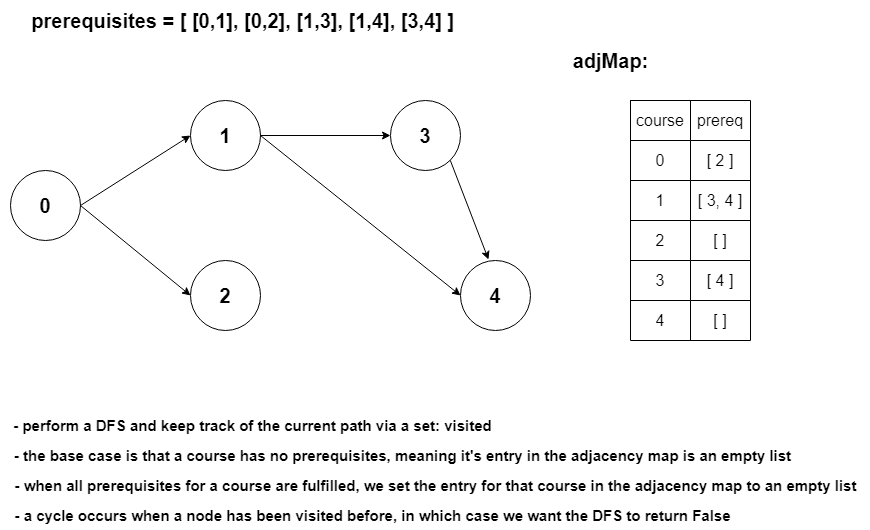
Above: Python3/img/CourseSchedule.png in ashiven/leetcode-solutions (draw.io), before the change. Source tidied: cells renumbered, new cells last; positions are measured from the earlier drawing's top-left corner, leaving out a move shared by most shapes. The source it was exported from:
```xml
<mxGraphModel>
  <root>
    <mxCell id="0" />
    <mxCell id="1" parent="0" />
    <mxCell id="2" value="prerequisites = [ [0,1], [0,2], [1,3], [1,4], [3,4] ]&amp;nbsp;" style="text;html=1;align=center;verticalAlign=middle;strokeColor=none;fillColor=none;fontSize=20;fontStyle=1;" parent="1" vertex="1">
      <mxGeometry x="20" width="450" height="40" as="geometry" />
    </mxCell>
    <mxCell id="3" value="0" style="ellipse;whiteSpace=wrap;html=1;fillColor=none;fontSize=20;fontStyle=1;" parent="1" vertex="1">
      <mxGeometry x="10" y="170" width="70" height="70" as="geometry" />
    </mxCell>
    <mxCell id="4" value="1" style="ellipse;whiteSpace=wrap;html=1;fillColor=none;fontSize=20;fontStyle=1;" parent="1" vertex="1">
      <mxGeometry x="190" y="100" width="70" height="70" as="geometry" />
    </mxCell>
    <mxCell id="5" value="2" style="ellipse;whiteSpace=wrap;html=1;fillColor=none;fontSize=20;fontStyle=1;" parent="1" vertex="1">
      <mxGeometry x="190" y="260" width="70" height="70" as="geometry" />
    </mxCell>
    <mxCell id="6" value="3" style="ellipse;whiteSpace=wrap;html=1;fillColor=none;fontSize=20;fontStyle=1;" parent="1" vertex="1">
      <mxGeometry x="390" y="100" width="70" height="70" as="geometry" />
    </mxCell>
    <mxCell id="7" value="4" style="ellipse;whiteSpace=wrap;html=1;fillColor=none;fontSize=20;fontStyle=1;" parent="1" vertex="1">
      <mxGeometry x="460" y="260" width="70" height="70" as="geometry" />
    </mxCell>
    <mxCell id="8" style="endArrow=classic;html=1;rounded=0;exitX=1;exitY=0.5;exitDx=0;exitDy=0;entryX=0;entryY=0.5;entryDx=0;entryDy=0;" parent="1" edge="1" source="3" target="4">
      <mxGeometry relative="1" as="geometry" />
    </mxCell>
    <mxCell id="9" style="endArrow=classic;html=1;rounded=0;exitX=1;exitY=0.5;exitDx=0;exitDy=0;entryX=0;entryY=0.5;entryDx=0;entryDy=0;" parent="1" edge="1" source="3" target="5">
      <mxGeometry relative="1" as="geometry" />
    </mxCell>
    <mxCell id="10" style="endArrow=classic;html=1;rounded=0;exitX=1;exitY=0.5;exitDx=0;exitDy=0;entryX=0;entryY=0.5;entryDx=0;entryDy=0;" parent="1" edge="1" source="4" target="6">
      <mxGeometry relative="1" as="geometry" />
    </mxCell>
    <mxCell id="11" style="endArrow=classic;html=1;rounded=0;exitX=1;exitY=0.5;exitDx=0;exitDy=0;entryX=0;entryY=0.5;entryDx=0;entryDy=0;" parent="1" edge="1" source="4" target="7">
      <mxGeometry relative="1" as="geometry" />
    </mxCell>
    <mxCell id="12" style="endArrow=classic;html=1;rounded=0;exitX=1;exitY=1;exitDx=0;exitDy=0;entryX=0.4;entryY=-0.014;entryDx=0;entryDy=0;entryPerimeter=0;" parent="1" edge="1" source="6" target="7">
      <mxGeometry relative="1" as="geometry" />
    </mxCell>
    <mxCell id="13" style="shape=table;startSize=0;fontSize=16;fillColor=none;" parent="1" vertex="1">
      <mxGeometry x="630" y="100" width="120" height="240" as="geometry" />
    </mxCell>
    <mxCell id="14" style="shape=tableRow;horizontal=0;startSize=0;swimlaneHead=0;swimlaneBody=0;strokeColor=inherit;top=0;left=0;bottom=0;right=0;fillColor=none;fontSize=16;" parent="13" vertex="1">
      <mxGeometry width="120" height="40" as="geometry" />
    </mxCell>
    <mxCell id="15" value="course" style="shape=partialRectangle;html=1;whiteSpace=wrap;strokeColor=inherit;overflow=hidden;fillColor=none;top=0;left=0;bottom=0;right=0;fontSize=16;" parent="14" vertex="1">
      <mxGeometry width="60" height="40" as="geometry" />
    </mxCell>
    <mxCell id="16" value="prereq" style="shape=partialRectangle;html=1;whiteSpace=wrap;strokeColor=inherit;overflow=hidden;fillColor=none;top=0;left=0;bottom=0;right=0;fontSize=16;" parent="14" vertex="1">
      <mxGeometry x="60" width="60" height="40" as="geometry" />
    </mxCell>
    <mxCell id="17" style="shape=tableRow;horizontal=0;startSize=0;swimlaneHead=0;swimlaneBody=0;strokeColor=inherit;top=0;left=0;bottom=0;right=0;fillColor=none;fontSize=16;" parent="13" vertex="1">
      <mxGeometry y="40" width="120" height="40" as="geometry" />
    </mxCell>
    <mxCell id="18" value="0" style="shape=partialRectangle;html=1;whiteSpace=wrap;strokeColor=inherit;overflow=hidden;fillColor=none;top=0;left=0;bottom=0;right=0;fontSize=16;" parent="17" vertex="1">
      <mxGeometry width="60" height="40" as="geometry" />
    </mxCell>
    <mxCell id="19" value="[ 2 ]" style="shape=partialRectangle;html=1;whiteSpace=wrap;strokeColor=inherit;overflow=hidden;fillColor=none;top=0;left=0;bottom=0;right=0;fontSize=16;" parent="17" vertex="1">
      <mxGeometry x="60" width="60" height="40" as="geometry" />
    </mxCell>
    <mxCell id="20" style="shape=tableRow;horizontal=0;startSize=0;swimlaneHead=0;swimlaneBody=0;strokeColor=inherit;top=0;left=0;bottom=0;right=0;fillColor=none;fontSize=16;" parent="13" vertex="1">
      <mxGeometry y="80" width="120" height="40" as="geometry" />
    </mxCell>
    <mxCell id="21" value="1" style="shape=partialRectangle;html=1;whiteSpace=wrap;strokeColor=inherit;overflow=hidden;fillColor=none;top=0;left=0;bottom=0;right=0;fontSize=16;" parent="20" vertex="1">
      <mxGeometry width="60" height="40" as="geometry" />
    </mxCell>
    <mxCell id="22" value="[ 3, 4 ]" style="shape=partialRectangle;html=1;whiteSpace=wrap;strokeColor=inherit;overflow=hidden;fillColor=none;top=0;left=0;bottom=0;right=0;fontSize=16;" parent="20" vertex="1">
      <mxGeometry x="60" width="60" height="40" as="geometry" />
    </mxCell>
    <mxCell id="23" style="shape=tableRow;horizontal=0;startSize=0;swimlaneHead=0;swimlaneBody=0;strokeColor=inherit;top=0;left=0;bottom=0;right=0;fillColor=none;fontSize=16;" parent="13" vertex="1">
      <mxGeometry y="120" width="120" height="40" as="geometry" />
    </mxCell>
    <mxCell id="24" value="2" style="shape=partialRectangle;html=1;whiteSpace=wrap;strokeColor=inherit;overflow=hidden;fillColor=none;top=0;left=0;bottom=0;right=0;fontSize=16;" parent="23" vertex="1">
      <mxGeometry width="60" height="40" as="geometry" />
    </mxCell>
    <mxCell id="25" value="[ ]" style="shape=partialRectangle;html=1;whiteSpace=wrap;strokeColor=inherit;overflow=hidden;fillColor=none;top=0;left=0;bottom=0;right=0;fontSize=16;" parent="23" vertex="1">
      <mxGeometry x="60" width="60" height="40" as="geometry" />
    </mxCell>
    <mxCell id="26" style="shape=tableRow;horizontal=0;startSize=0;swimlaneHead=0;swimlaneBody=0;strokeColor=inherit;top=0;left=0;bottom=0;right=0;fillColor=none;fontSize=16;" parent="13" vertex="1">
      <mxGeometry y="160" width="120" height="40" as="geometry" />
    </mxCell>
    <mxCell id="27" value="3" style="shape=partialRectangle;html=1;whiteSpace=wrap;strokeColor=inherit;overflow=hidden;fillColor=none;top=0;left=0;bottom=0;right=0;fontSize=16;" parent="26" vertex="1">
      <mxGeometry width="60" height="40" as="geometry" />
    </mxCell>
    <mxCell id="28" value="[ 4 ]" style="shape=partialRectangle;html=1;whiteSpace=wrap;strokeColor=inherit;overflow=hidden;fillColor=none;top=0;left=0;bottom=0;right=0;fontSize=16;" parent="26" vertex="1">
      <mxGeometry x="60" width="60" height="40" as="geometry" />
    </mxCell>
    <mxCell id="29" style="shape=tableRow;horizontal=0;startSize=0;swimlaneHead=0;swimlaneBody=0;strokeColor=inherit;top=0;left=0;bottom=0;right=0;fillColor=none;fontSize=16;" parent="13" vertex="1">
      <mxGeometry y="200" width="120" height="40" as="geometry" />
    </mxCell>
    <mxCell id="30" value="4" style="shape=partialRectangle;html=1;whiteSpace=wrap;strokeColor=inherit;overflow=hidden;fillColor=none;top=0;left=0;bottom=0;right=0;fontSize=16;" parent="29" vertex="1">
      <mxGeometry width="60" height="40" as="geometry" />
    </mxCell>
    <mxCell id="31" value="[ ]" style="shape=partialRectangle;html=1;whiteSpace=wrap;strokeColor=inherit;overflow=hidden;fillColor=none;top=0;left=0;bottom=0;right=0;fontSize=16;" parent="29" vertex="1">
      <mxGeometry x="60" width="60" height="40" as="geometry" />
    </mxCell>
    <mxCell id="32" value="adjMap:" style="text;html=1;align=center;verticalAlign=middle;strokeColor=none;fillColor=none;fontSize=20;fontStyle=1;" parent="1" vertex="1">
      <mxGeometry x="560" y="40" width="100" height="40" as="geometry" />
    </mxCell>
    <mxCell id="33" value="- perform a DFS and keep track of the current path via a set: visited" style="text;html=1;align=center;verticalAlign=middle;strokeColor=none;fillColor=none;fontSize=15;fontStyle=1;" parent="1" vertex="1">
      <mxGeometry x="2" y="410" width="500" height="30" as="geometry" />
    </mxCell>
    <mxCell id="34" value="- a cycle occurs when a node has been visited before, in which case we want the DFS to return False" style="text;html=1;align=center;verticalAlign=middle;strokeColor=none;fillColor=none;fontSize=15;fontStyle=1;" parent="1" vertex="1">
      <mxGeometry x="2" y="500" width="740" height="30" as="geometry" />
    </mxCell>
    <mxCell id="35" value="- the base case is that a course has no prerequisites, meaning it's entry in the adjacency map is an empty list" style="text;html=1;align=center;verticalAlign=middle;strokeColor=none;fillColor=none;fontSize=15;fontStyle=1;" parent="1" vertex="1">
      <mxGeometry x="2" y="440" width="800" height="30" as="geometry" />
    </mxCell>
    <mxCell id="36" value="- when all prerequisites for a course are fulfilled, we set the entry for that course in the adjacency map to an empty list" style="text;html=1;align=center;verticalAlign=middle;strokeColor=none;fillColor=none;fontSize=15;fontStyle=1;" parent="1" vertex="1">
      <mxGeometry y="470" width="870" height="30" as="geometry" />
    </mxCell>
  </root>
</mxGraphModel>
```
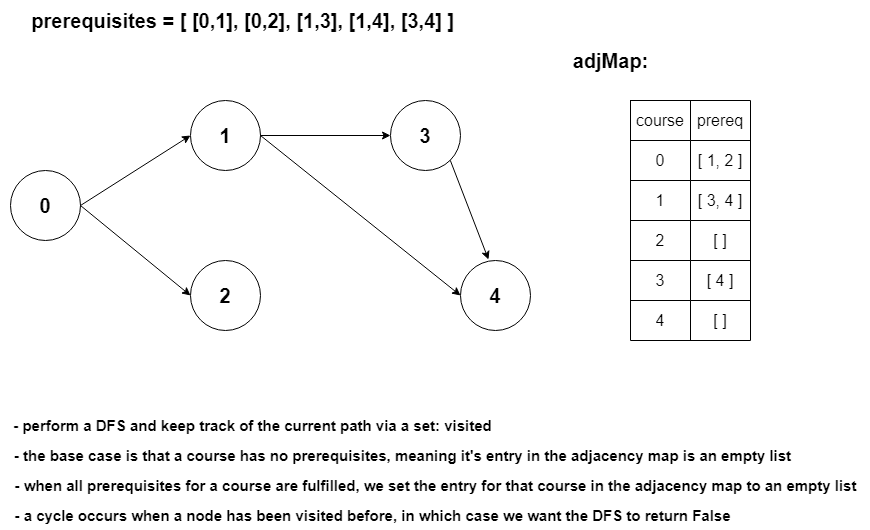
The same file after the commit.

Diff of the diagram source:
```diff
@@ -53,7 +53,7 @@
     <mxCell id="18" value="0" style="shape=partialRectangle;html=1;whiteSpace=wrap;strokeColor=inherit;overflow=hidden;fillColor=none;top=0;left=0;bottom=0;right=0;fontSize=16;" parent="17" vertex="1">
       <mxGeometry width="60" height="40" as="geometry" />
     </mxCell>
-    <mxCell id="19" value="[ 2 ]" style="shape=partialRectangle;html=1;whiteSpace=wrap;strokeColor=inherit;overflow=hidden;fillColor=none;top=0;left=0;bottom=0;right=0;fontSize=16;" parent="17" vertex="1">
+    <mxCell id="19" value="[ 1, 2 ]" style="shape=partialRectangle;html=1;whiteSpace=wrap;strokeColor=inherit;overflow=hidden;fillColor=none;top=0;left=0;bottom=0;right=0;fontSize=16;" parent="17" vertex="1">
       <mxGeometry x="60" width="60" height="40" as="geometry" />
     </mxCell>
     <mxCell id="20" style="shape=tableRow;horizontal=0;startSize=0;swimlaneHead=0;swimlaneBody=0;strokeColor=inherit;top=0;left=0;bottom=0;right=0;fillColor=none;fontSize=16;" parent="13" vertex="1">
```
